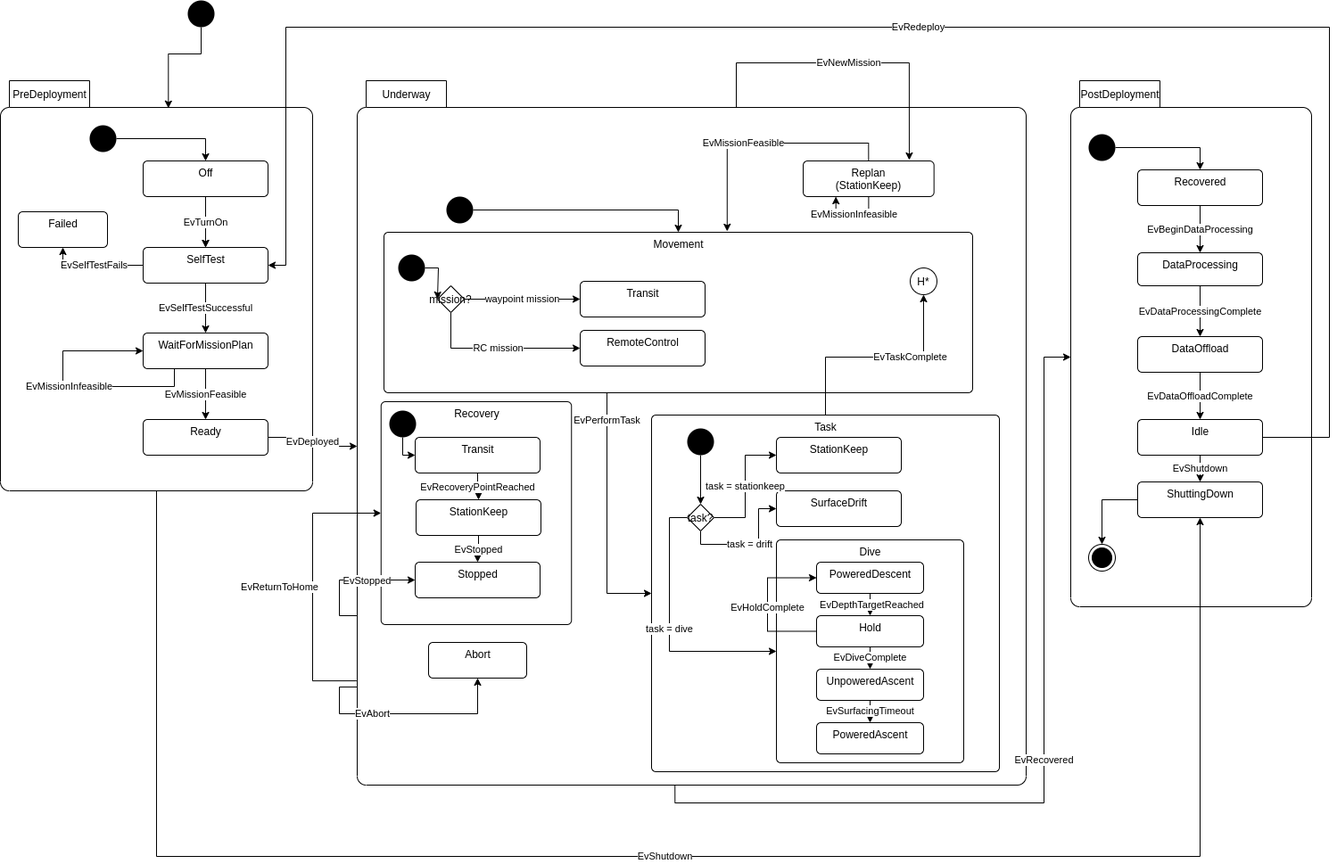
The draw.io diagram src/doc/figures/mission-states.png in jaiarobotics/jaiabot, before a commit. Source tidied: cells renumbered, new cells last; positions are measured from the earlier drawing's top-left corner, leaving out a move shared by most shapes.
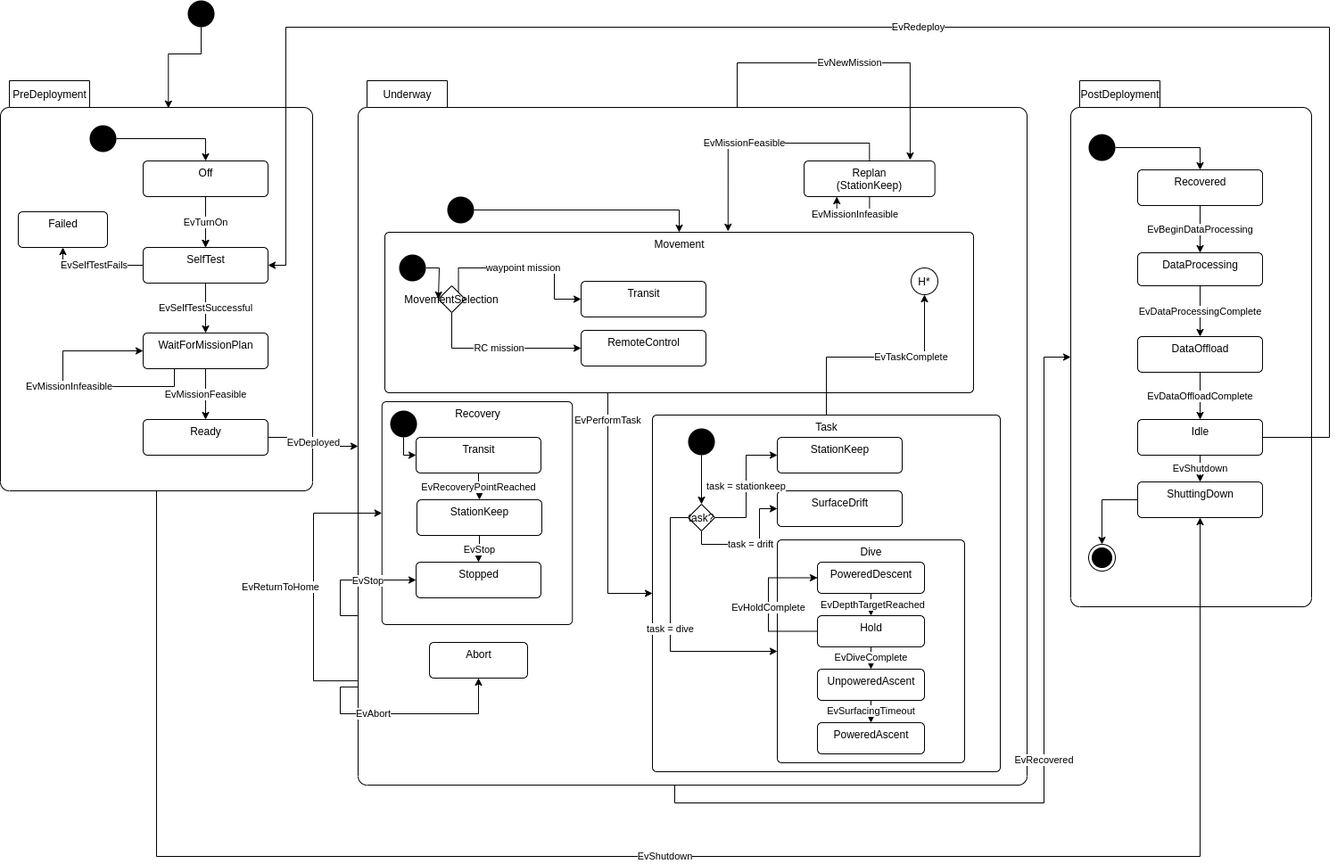
The same diagram one commit later.

Commit message:
Add high control setpoints for pHelmIvP, etc. Set datum at mission configuration rather than launch time.

Change to the diagram source:
```diff
@@ -97,7 +97,7 @@
       </mxGeometry>
     </mxCell>
     <mxCell id="30" style="group;" parent="1" vertex="1">
-      <mxGeometry x="400" y="130" width="830" height="750" as="geometry" />
+      <mxGeometry x="401" y="130" width="830" height="750" as="geometry" />
     </mxCell>
     <mxCell id="31" value="Underway" style="shape=folder;align=center;verticalAlign=middle;fontStyle=0;tabWidth=100;tabHeight=30;tabPosition=left;html=1;boundedLbl=1;labelInHeader=1;rounded=1;absoluteArcSize=1;arcSize=10;" parent="30" vertex="1">
       <mxGeometry y="-40" width="750" height="790" as="geometry" />
@@ -140,7 +140,7 @@
     <mxCell id="38" value="Transit" style="html=1;align=center;verticalAlign=top;rounded=1;absoluteArcSize=1;arcSize=10;dashed=0;" parent="30" vertex="1">
       <mxGeometry x="65" y="360" width="140" height="40" as="geometry" />
     </mxCell>
-    <mxCell id="39" value="EvStopped" style="edgeStyle=orthogonalEdgeStyle;rounded=0;jettySize=auto;html=1;" parent="30" edge="1" source="40" target="51">
+    <mxCell id="39" value="EvStop" style="edgeStyle=orthogonalEdgeStyle;rounded=0;jettySize=auto;html=1;" parent="30" edge="1" source="40" target="51">
       <mxGeometry relative="1" as="geometry" />
     </mxCell>
     <mxCell id="40" value="StationKeep" style="html=1;align=center;verticalAlign=top;rounded=1;absoluteArcSize=1;arcSize=10;dashed=0;" parent="30" vertex="1">
@@ -172,7 +172,7 @@
     <mxCell id="47" style="edgeStyle=orthogonalEdgeStyle;rounded=0;jettySize=auto;html=1;entryX=0;entryY=0.5;entryDx=0;entryDy=0;exitX=0;exitY=0;exitDx=0;exitDy=600;exitPerimeter=0;" parent="30" edge="1" source="31" target="51">
       <mxGeometry relative="1" as="geometry" />
     </mxCell>
-    <mxCell id="48" value="EvStopped" style="edgeLabel;html=1;align=center;verticalAlign=middle;" parent="47" vertex="1">
+    <mxCell id="48" value="EvStop" style="edgeLabel;html=1;align=center;verticalAlign=middle;" parent="47" vertex="1">
       <mxGeometry x="-0.2" y="1" relative="1" as="geometry">
         <mxPoint x="31" y="-2" as="offset" />
       </mxGeometry>
@@ -305,13 +305,19 @@
     <mxCell id="78" value="RemoteControl" style="html=1;align=center;verticalAlign=top;rounded=1;absoluteArcSize=1;arcSize=10;dashed=0;" parent="30" vertex="1">
       <mxGeometry x="250" y="240" width="140" height="40" as="geometry" />
     </mxCell>
-    <mxCell id="79" value="waypoint mission" style="edgeStyle=orthogonalEdgeStyle;rounded=0;jettySize=auto;html=1;entryX=0;entryY=0.5;entryDx=0;entryDy=0;exitX=1;exitY=0.5;exitDx=0;exitDy=0;" parent="30" edge="1" source="81" target="35">
-      <mxGeometry relative="1" as="geometry" />
+    <mxCell id="79" value="waypoint mission" style="edgeStyle=orthogonalEdgeStyle;rounded=0;jettySize=auto;html=1;entryX=0;entryY=0.5;entryDx=0;entryDy=0;exitX=1;exitY=0;exitDx=0;exitDy=0;" parent="30" edge="1" source="81" target="35">
+      <mxGeometry relative="1" as="geometry">
+        <Array as="points">
+          <mxPoint x="113" y="170" />
+          <mxPoint x="220" y="170" />
+          <mxPoint x="220" y="205" />
+        </Array>
+      </mxGeometry>
     </mxCell>
     <mxCell id="80" value="RC mission" style="edgeStyle=orthogonalEdgeStyle;rounded=0;jettySize=auto;html=1;entryX=0;entryY=0.5;entryDx=0;entryDy=0;exitX=0.5;exitY=1;exitDx=0;exitDy=0;" parent="30" edge="1" source="81" target="78">
       <mxGeometry relative="1" as="geometry" />
     </mxCell>
-    <mxCell id="81" value="mission?" style="rhombus;" parent="30" vertex="1">
+    <mxCell id="81" value="MovementSelection" style="rhombus;" parent="30" vertex="1">
       <mxGeometry x="90" y="190" width="30" height="30" as="geometry" />
     </mxCell>
     <mxCell id="82" style="edgeStyle=orthogonalEdgeStyle;rounded=0;jettySize=auto;html=1;entryX=0.538;entryY=0.067;entryDx=0;entryDy=0;entryPerimeter=0;" parent="1" edge="1" source="83" target="18">
```
